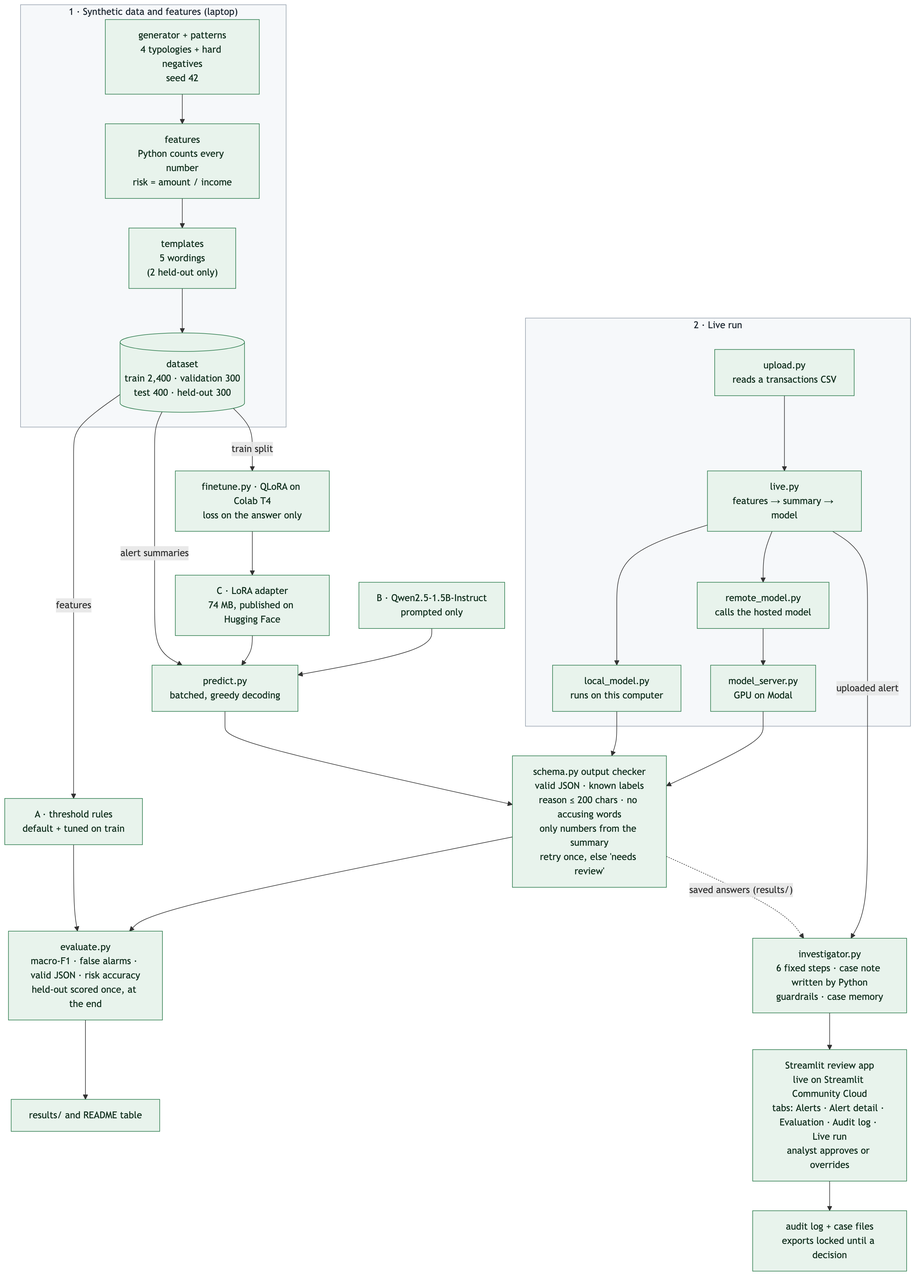
Earlier version of the Mermaid export docs/architecture.png (coachuttam/aml-alert-investigator). Its source is kept beside it as docs/architecture.mmd.
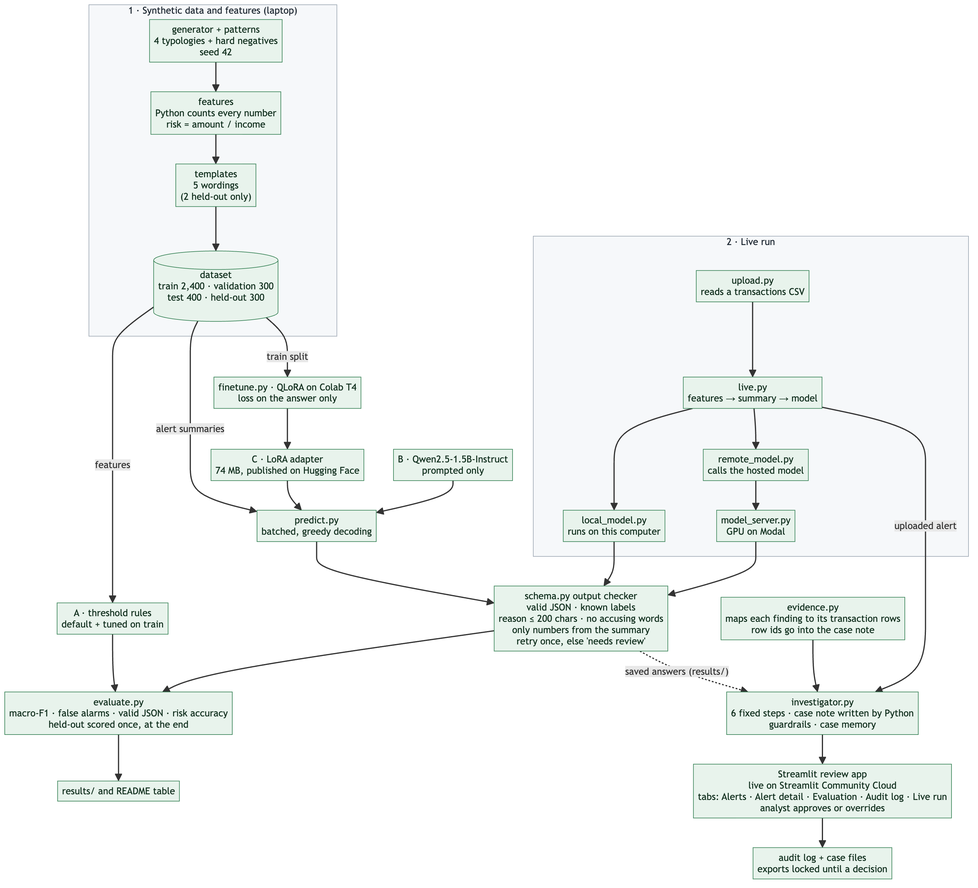
The same file after the commit.

Commit message:
Fix stale docs and add evidence.py to the architecture diagram

The edit, as a diff of the source:
```diff
@@ -17,6 +17,7 @@
     EV --> RES["results/ and README table"]
 
     CHECK -. "saved answers (results/)" .-> INV["investigator.py<br/>6 fixed steps · case note written by Python<br/>guardrails · case memory"]
+    EVID["evidence.py<br/>maps each finding to its transaction rows<br/>row ids go into the case note"] --> INV
     INV --> APP["Streamlit review app<br/>live on Streamlit Community Cloud<br/>tabs: Alerts · Alert detail · Evaluation · Audit log · Live run<br/>analyst approves or overrides"]
     APP --> AUD["audit log + case files<br/>exports locked until a decision"]
 
@@ -32,6 +33,6 @@
     LV -- "uploaded alert" --> INV
 
     classDef done fill:#e8f3ec,stroke:#2f7d4f,color:#12301f;
-    class GEN,FEAT,TPL,DS,RULES,BASE,FT,AD,PRED,CHECK,EV,RES,INV,APP,AUD,UP,LV,LOC,REM,SRV done;
+    class GEN,FEAT,TPL,DS,RULES,BASE,FT,AD,PRED,CHECK,EV,RES,INV,EVID,APP,AUD,UP,LV,LOC,REM,SRV done;
     style DATA fill:#f6f8fa,stroke:#9aa5b1,color:#1f2933
     style LIVE fill:#f6f8fa,stroke:#9aa5b1,color:#1f2933
```
